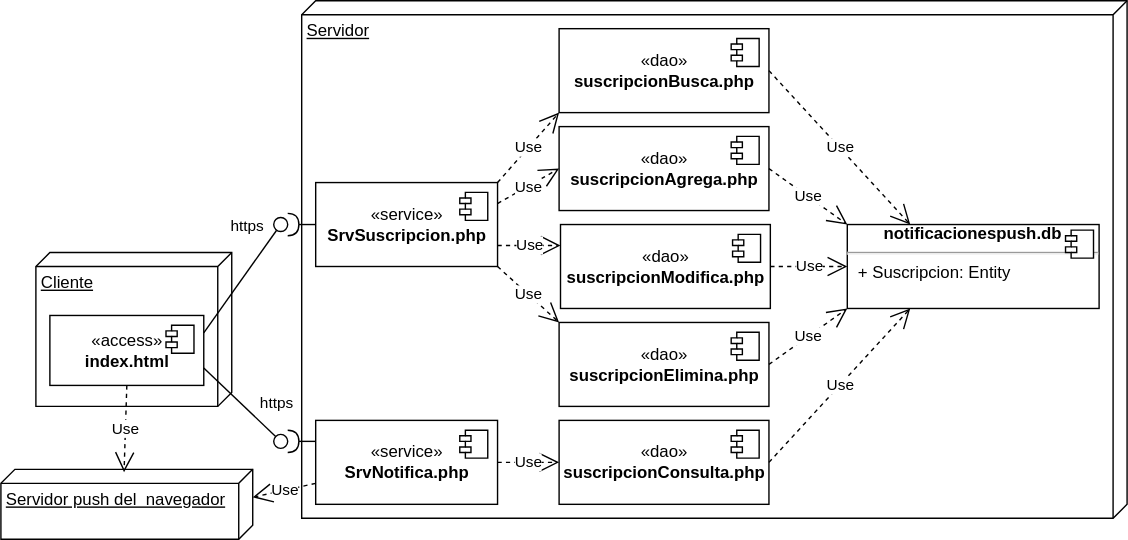
gilpgdm/gilpgdm.github.io keeps this draw.io diagram as img/m10push/pushdistribucion.drawio.svg. Above is the earlier version. Source tidied: cells renumbered, new cells last; positions are measured from the earlier drawing's top-left corner, leaving out a move shared by most shapes.
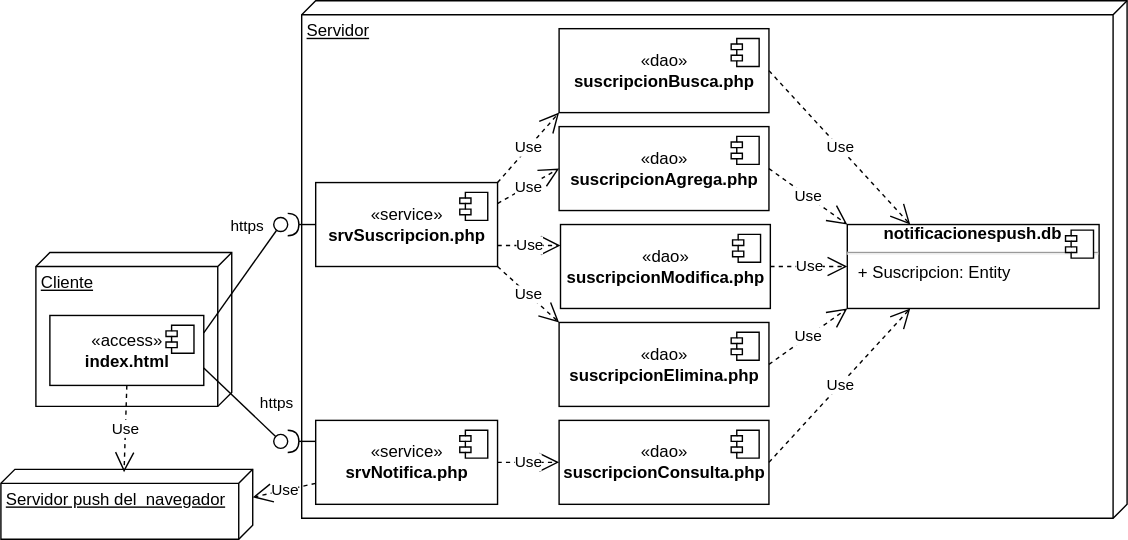
The same diagram one commit later.

Change to the diagram source:
```diff
@@ -16,7 +16,7 @@
     <mxCell id="5" value="Servidor" style="verticalAlign=top;align=left;spacingTop=8;spacingLeft=2;spacingRight=12;shape=cube;size=10;direction=south;fontStyle=4;html=1;" parent="1" vertex="1">
       <mxGeometry x="215" width="590" height="370" as="geometry" />
     </mxCell>
-    <mxCell id="6" value="«service»&lt;br&gt;&lt;b&gt;SrvSuscripcion.php&lt;/b&gt;" style="html=1;" parent="1" vertex="1">
+    <mxCell id="6" value="«service»&lt;br&gt;&lt;b&gt;srvSuscripcion.php&lt;/b&gt;" style="html=1;" parent="1" vertex="1">
       <mxGeometry x="225" y="130" width="130" height="60" as="geometry" />
     </mxCell>
     <mxCell id="7" style="shape=module;jettyWidth=8;jettyHeight=4;" parent="6" vertex="1">
@@ -24,7 +24,7 @@
         <mxPoint x="-27" y="7" as="offset" />
       </mxGeometry>
     </mxCell>
-    <mxCell id="8" value="«service»&lt;br&gt;&lt;b&gt;SrvNotifica.php&lt;/b&gt;" style="html=1;" parent="1" vertex="1">
+    <mxCell id="8" value="«service»&lt;br&gt;&lt;b&gt;srvNotifica.php&lt;/b&gt;" style="html=1;" parent="1" vertex="1">
       <mxGeometry x="225" y="300" width="130" height="60" as="geometry" />
     </mxCell>
     <mxCell id="9" style="shape=module;jettyWidth=8;jettyHeight=4;" parent="8" vertex="1">
```
